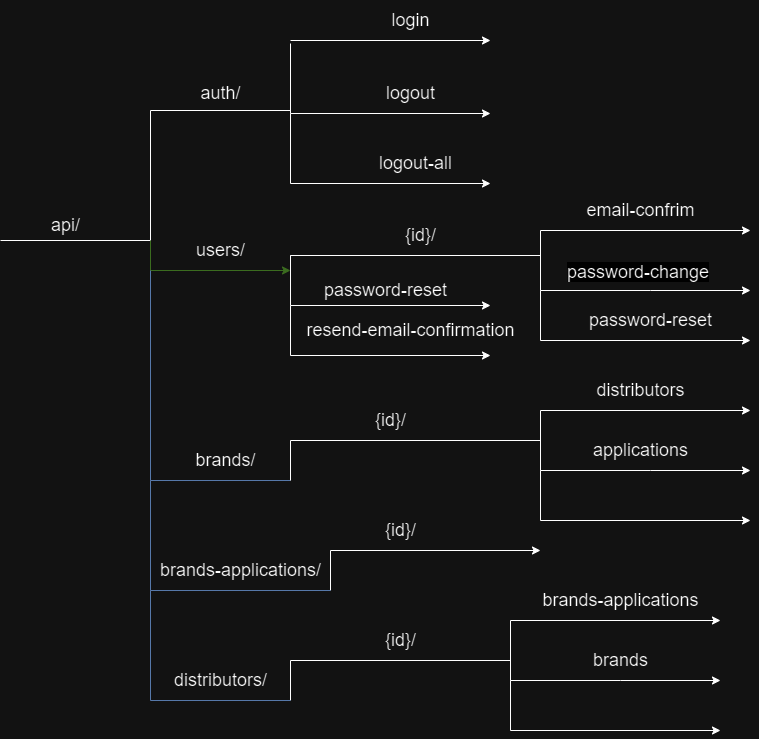
mohamedAbdelaleem/Majna-e-commerce keeps this draw.io diagram as Majna-API-endpoints.png. Above is the earlier version. Source tidied: cells renumbered, new cells last; positions are measured from the earlier drawing's top-left corner, leaving out a move shared by most shapes.
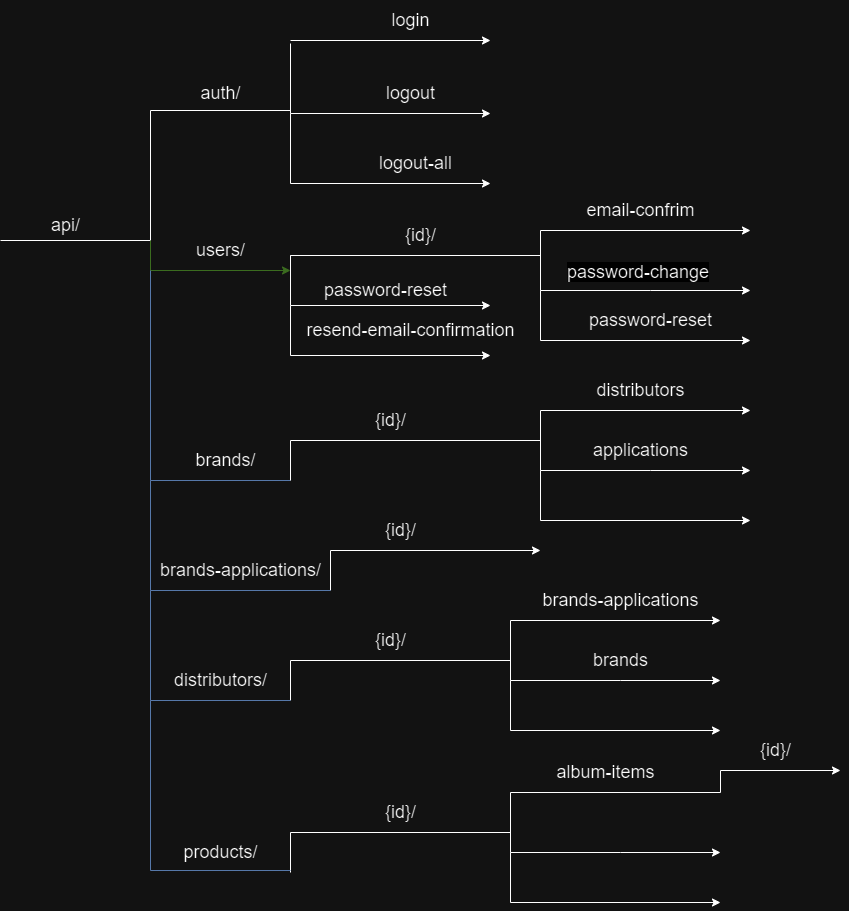
After the change.

Diff of the diagram source:
```diff
@@ -241,7 +241,7 @@
       </mxGeometry>
     </mxCell>
     <mxCell id="41" value="&lt;font style=&quot;font-size: 18px;&quot;&gt;&lt;font style=&quot;&quot;&gt;{id}/&lt;/font&gt;&lt;/font&gt;" style="text;html=1;align=center;verticalAlign=middle;strokeColor=none;fillColor=none;" parent="1" vertex="1">
-      <mxGeometry x="375" y="620" width="50" height="40" as="geometry" />
+      <mxGeometry x="365" y="620" width="50" height="40" as="geometry" />
     </mxCell>
     <mxCell id="42" style="edgeStyle=none;orthogonalLoop=1;jettySize=auto;html=1;rounded=0;endArrow=none;endFill=0;fillColor=#dae8fc;strokeColor=#6c8ebf;" parent="1" edge="1">
       <mxGeometry relative="1" as="geometry">
@@ -287,5 +287,73 @@
     <mxCell id="47" value="&lt;font style=&quot;font-size: 18px;&quot;&gt;&lt;font style=&quot;&quot;&gt;brands&lt;br&gt;&lt;/font&gt;&lt;/font&gt;" style="text;html=1;align=center;verticalAlign=middle;strokeColor=none;fillColor=none;" parent="1" vertex="1">
       <mxGeometry x="580" y="640" width="80" height="40" as="geometry" />
     </mxCell>
+    <mxCell id="48" value="&lt;font style=&quot;font-size: 18px;&quot;&gt;products/&lt;/font&gt;" style="text;html=1;align=center;verticalAlign=middle;strokeColor=none;fillColor=none;" parent="1" vertex="1">
+      <mxGeometry x="170" y="832" width="100" height="40" as="geometry" />
+    </mxCell>
+    <mxCell id="49" style="edgeStyle=none;orthogonalLoop=1;jettySize=auto;html=1;rounded=0;endArrow=none;endFill=0;" parent="1" edge="1">
+      <mxGeometry relative="1" as="geometry">
+        <mxPoint x="290" y="872" as="sourcePoint" />
+        <mxPoint x="510" y="832" as="targetPoint" />
+        <Array as="points">
+          <mxPoint x="290" y="832" />
+        </Array>
+      </mxGeometry>
+    </mxCell>
+    <mxCell id="50" value="&lt;font style=&quot;font-size: 18px;&quot;&gt;&lt;font style=&quot;&quot;&gt;{id}/&lt;/font&gt;&lt;/font&gt;" style="text;html=1;align=center;verticalAlign=middle;strokeColor=none;fillColor=none;" parent="1" vertex="1">
+      <mxGeometry x="375" y="792" width="50" height="40" as="geometry" />
+    </mxCell>
+    <mxCell id="51" style="edgeStyle=none;orthogonalLoop=1;jettySize=auto;html=1;rounded=0;endArrow=none;endFill=0;fillColor=#dae8fc;strokeColor=#6c8ebf;" parent="1" edge="1">
+      <mxGeometry relative="1" as="geometry">
+        <mxPoint x="150" y="700" as="sourcePoint" />
+        <mxPoint x="290" y="870" as="targetPoint" />
+        <Array as="points">
+          <mxPoint x="150" y="870" />
+        </Array>
+      </mxGeometry>
+    </mxCell>
+    <mxCell id="52" style="edgeStyle=none;orthogonalLoop=1;jettySize=auto;html=1;rounded=0;" parent="1" edge="1">
+      <mxGeometry relative="1" as="geometry">
+        <mxPoint x="510" y="852" as="sourcePoint" />
+        <mxPoint x="720" y="902" as="targetPoint" />
+        <Array as="points">
+          <mxPoint x="510" y="902" />
+        </Array>
+      </mxGeometry>
+    </mxCell>
+    <mxCell id="53" style="edgeStyle=none;orthogonalLoop=1;jettySize=auto;html=1;rounded=0;" parent="1" edge="1">
+      <mxGeometry relative="1" as="geometry">
+        <mxPoint x="510" y="817" as="sourcePoint" />
+        <mxPoint x="720" y="852" as="targetPoint" />
+        <Array as="points">
+          <mxPoint x="510" y="807" />
+          <mxPoint x="510" y="852" />
+          <mxPoint x="620" y="852" />
+        </Array>
+      </mxGeometry>
+    </mxCell>
+    <mxCell id="54" style="edgeStyle=none;orthogonalLoop=1;jettySize=auto;html=1;rounded=0;endArrow=none;endFill=0;" parent="1" edge="1">
+      <mxGeometry relative="1" as="geometry">
+        <mxPoint x="510" y="817" as="sourcePoint" />
+        <mxPoint x="720" y="792" as="targetPoint" />
+        <Array as="points">
+          <mxPoint x="510" y="792" />
+        </Array>
+      </mxGeometry>
+    </mxCell>
+    <mxCell id="55" value="&lt;font style=&quot;font-size: 18px;&quot;&gt;&lt;font style=&quot;&quot;&gt;album-items&lt;br&gt;&lt;/font&gt;&lt;/font&gt;" style="text;html=1;align=center;verticalAlign=middle;strokeColor=none;fillColor=none;" parent="1" vertex="1">
+      <mxGeometry x="545" y="752" width="120" height="40" as="geometry" />
+    </mxCell>
+    <mxCell id="56" style="edgeStyle=none;orthogonalLoop=1;jettySize=auto;html=1;rounded=0;endArrow=classic;endFill=1;" parent="1" edge="1">
+      <mxGeometry relative="1" as="geometry">
+        <mxPoint x="720" y="792" as="sourcePoint" />
+        <mxPoint x="840" y="770" as="targetPoint" />
+        <Array as="points">
+          <mxPoint x="720" y="770" />
+        </Array>
+      </mxGeometry>
+    </mxCell>
+    <mxCell id="57" value="&lt;font style=&quot;font-size: 18px;&quot;&gt;&lt;font style=&quot;&quot;&gt;{id}/&lt;/font&gt;&lt;/font&gt;" style="text;html=1;align=center;verticalAlign=middle;strokeColor=none;fillColor=none;" parent="1" vertex="1">
+      <mxGeometry x="750" y="730" width="50" height="40" as="geometry" />
+    </mxCell>
   </root>
 </mxGraphModel>
```
